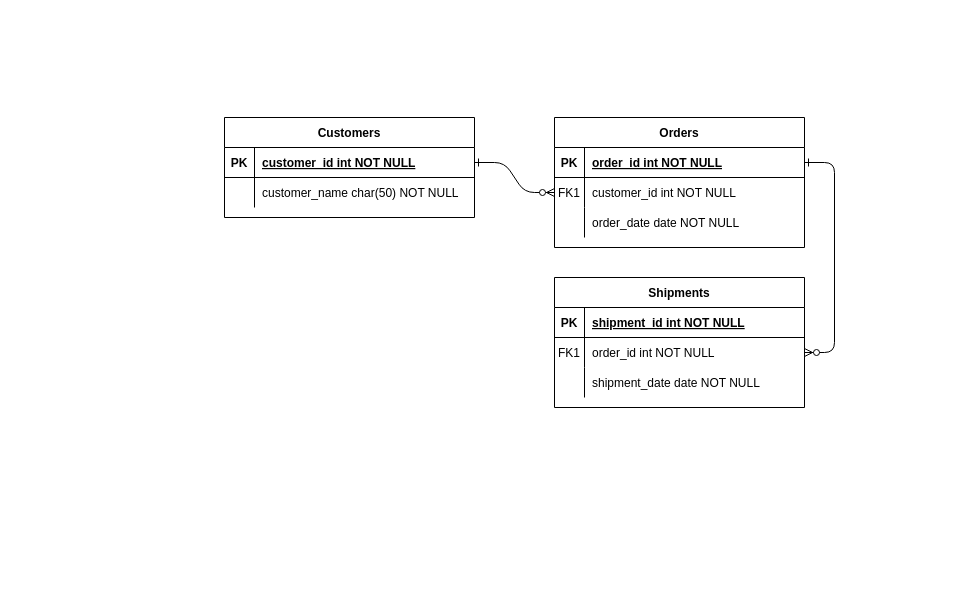
Earlier version of the draw.io diagram Event tracker.drawio (Icey-Python/DIAGRAMS). Source tidied: cells renumbered, new cells numbered last; positions are measured from the earlier drawing's top-left corner, leaving out a move shared by most shapes. Both pictures are drawn from the tidied source at 100%, with x=0, y=0 at pixel (224, 117).
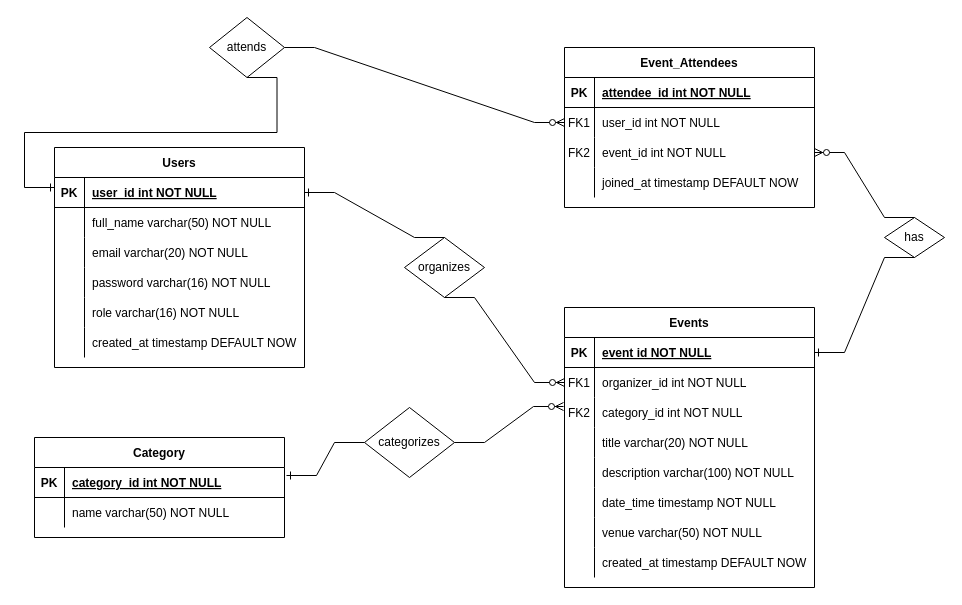
The same page after the edit.

Unchanged cells that the change refers to:
```xml
<mxCell id="5" style="shape=partialRectangle;fillColor=none;points=[[0,0.5],[1,0.5]];portConstraint=eastwest;top=0;left=0;right=0;bottom=1;" parent="4" vertex="1">
  <mxGeometry y="30" width="250" height="30" as="geometry" />
</mxCell>
<mxCell id="8" style="shape=partialRectangle;fillColor=none;points=[[0,0.5],[1,0.5]];portConstraint=eastwest;top=0;left=0;right=0;bottom=0;" parent="4" vertex="1">
  <mxGeometry y="60" width="250" height="30" as="geometry" />
</mxCell>
<mxCell id="11" style="shape=partialRectangle;fillColor=none;points=[[0,0.5],[1,0.5]];portConstraint=eastwest;top=0;left=0;right=0;bottom=0;" parent="4" vertex="1">
  <mxGeometry y="90" width="250" height="30" as="geometry" />
</mxCell>
<mxCell id="15" style="shape=partialRectangle;fillColor=none;points=[[0,0.5],[1,0.5]];portConstraint=eastwest;top=0;left=0;right=0;bottom=1;" parent="14" vertex="1">
  <mxGeometry y="30" width="250" height="30" as="geometry" />
</mxCell>
<mxCell id="18" style="shape=partialRectangle;fillColor=none;points=[[0,0.5],[1,0.5]];portConstraint=eastwest;top=0;left=0;right=0;bottom=0;" parent="14" vertex="1">
  <mxGeometry y="60" width="250" height="30" as="geometry" />
</mxCell>
<mxCell id="25" style="shape=partialRectangle;fillColor=none;points=[[0,0.5],[1,0.5]];portConstraint=eastwest;top=0;left=0;right=0;bottom=1;" parent="24" vertex="1">
  <mxGeometry y="30" width="250" height="30" as="geometry" />
</mxCell>
<mxCell id="28" style="shape=partialRectangle;fillColor=none;top=0;left=0;right=0;bottom=0;" parent="24" vertex="1">
  <mxGeometry y="60" width="250" height="30" as="geometry" />
</mxCell>
```

Change to the diagram source:
```diff
@@
-    <mxCell id="2" style="edgeStyle=entityRelationEdgeStyle;endArrow=ERzeroToMany;startArrow=ERone;endFill=1;startFill=0;" parent="1" edge="1" source="25" target="8">
-      <mxGeometry relative="1" as="geometry" />
-    </mxCell>
-    <mxCell id="3" style="edgeStyle=entityRelationEdgeStyle;endArrow=ERzeroToMany;startArrow=ERone;endFill=1;startFill=0;" parent="1" edge="1" source="5" target="18">
-      <mxGeometry relative="1" as="geometry" />
-    </mxCell>
-    <mxCell id="4" value="Orders" style="shape=table;startSize=30;childLayout=tableLayout;rowLines=0;fontStyle=1;align=center;" parent="1" vertex="1">
-      <mxGeometry x="330" width="250" height="130" as="geometry" />
+    <mxCell id="4" value="Events" style="shape=table;startSize=30;childLayout=tableLayout;rowLines=0;fontStyle=1;align=center;" parent="1" vertex="1">
+      <mxGeometry x="340" y="190" width="250" height="280" as="geometry" />
     </mxCell>
@@
-    <mxCell id="7" value="order_id int NOT NULL " style="shape=partialRectangle;overflow=hidden;fillColor=none;top=0;left=0;bottom=0;right=0;align=left;spacingLeft=6;fontStyle=5;" parent="5" vertex="1">
+    <mxCell id="7" value="event id NOT NULL" style="shape=partialRectangle;overflow=hidden;fillColor=none;top=0;left=0;bottom=0;right=0;align=left;spacingLeft=6;fontStyle=5;" parent="5" vertex="1">
       <mxGeometry x="30" width="220" height="30" as="geometry" />
     </mxCell>
@@
-    <mxCell id="10" value="customer_id int NOT NULL" style="shape=partialRectangle;overflow=hidden;fillColor=none;top=0;left=0;bottom=0;right=0;align=left;spacingLeft=6;" parent="8" vertex="1">
+    <mxCell id="10" value="organizer_id int NOT NULL" style="shape=partialRectangle;overflow=hidden;fillColor=none;top=0;left=0;bottom=0;right=0;align=left;spacingLeft=6;" parent="8" vertex="1">
       <mxGeometry x="30" width="220" height="30" as="geometry" />
     </mxCell>
@@
-    <mxCell id="12" style="shape=partialRectangle;overflow=hidden;fillColor=none;top=0;left=0;bottom=0;right=0;" parent="11" vertex="1">
+    <mxCell id="12" value="FK2" style="shape=partialRectangle;overflow=hidden;fillColor=none;top=0;left=0;bottom=0;right=0;" parent="11" vertex="1">
       <mxGeometry width="30" height="30" as="geometry" />
     </mxCell>
-    <mxCell id="13" value="order_date date NOT NULL" style="shape=partialRectangle;overflow=hidden;fillColor=none;top=0;left=0;bottom=0;right=0;align=left;spacingLeft=6;" parent="11" vertex="1">
+    <mxCell id="13" value="category_id int NOT NULL" style="shape=partialRectangle;overflow=hidden;fillColor=none;top=0;left=0;bottom=0;right=0;align=left;spacingLeft=6;" parent="11" vertex="1">
       <mxGeometry x="30" width="220" height="30" as="geometry" />
     </mxCell>
+    <mxCell id="31" style="shape=partialRectangle;fillColor=none;top=0;left=0;right=0;bottom=0;" parent="4" vertex="1">
+      <mxGeometry y="120" width="250" height="30" as="geometry" />
+    </mxCell>
+    <mxCell id="32" style="shape=partialRectangle;overflow=hidden;fillColor=none;top=0;left=0;bottom=0;right=0;" parent="31" vertex="1">
+      <mxGeometry width="30" height="30" as="geometry" />
+    </mxCell>
+    <mxCell id="33" value="title varchar(20) NOT NULL" style="shape=partialRectangle;overflow=hidden;fillColor=none;top=0;left=0;bottom=0;right=0;align=left;spacingLeft=6;" parent="31" vertex="1">
+      <mxGeometry x="30" width="220" height="30" as="geometry" />
+    </mxCell>
+    <mxCell id="34" style="shape=partialRectangle;fillColor=none;top=0;left=0;right=0;bottom=0;" parent="4" vertex="1">
+      <mxGeometry y="150" width="250" height="30" as="geometry" />
+    </mxCell>
+    <mxCell id="35" style="shape=partialRectangle;overflow=hidden;fillColor=none;top=0;left=0;bottom=0;right=0;" parent="34" vertex="1">
+      <mxGeometry width="30" height="30" as="geometry" />
+    </mxCell>
+    <mxCell id="36" value="description varchar(100) NOT NULL" style="shape=partialRectangle;overflow=hidden;fillColor=none;top=0;left=0;bottom=0;right=0;align=left;spacingLeft=6;" parent="34" vertex="1">
+      <mxGeometry x="30" width="220" height="30" as="geometry" />
+    </mxCell>
+    <mxCell id="37" style="shape=partialRectangle;fillColor=none;top=0;left=0;right=0;bottom=0;" parent="4" vertex="1">
+      <mxGeometry y="180" width="250" height="30" as="geometry" />
+    </mxCell>
+    <mxCell id="38" style="shape=partialRectangle;overflow=hidden;fillColor=none;top=0;left=0;bottom=0;right=0;" parent="37" vertex="1">
+      <mxGeometry width="30" height="30" as="geometry" />
+    </mxCell>
+    <mxCell id="39" value="date_time timestamp NOT NULL" style="shape=partialRectangle;overflow=hidden;fillColor=none;top=0;left=0;bottom=0;right=0;align=left;spacingLeft=6;" parent="37" vertex="1">
+      <mxGeometry x="30" width="220" height="30" as="geometry" />
+    </mxCell>
+    <mxCell id="40" style="shape=partialRectangle;fillColor=none;top=0;left=0;right=0;bottom=0;" parent="4" vertex="1">
+      <mxGeometry y="210" width="250" height="30" as="geometry" />
+    </mxCell>
+    <mxCell id="41" style="shape=partialRectangle;overflow=hidden;fillColor=none;top=0;left=0;bottom=0;right=0;" parent="40" vertex="1">
+      <mxGeometry width="30" height="30" as="geometry" />
+    </mxCell>
+    <mxCell id="42" value="venue varchar(50) NOT NULL" style="shape=partialRectangle;overflow=hidden;fillColor=none;top=0;left=0;bottom=0;right=0;align=left;spacingLeft=6;" parent="40" vertex="1">
+      <mxGeometry x="30" width="220" height="30" as="geometry" />
+    </mxCell>
+    <mxCell id="43" style="shape=partialRectangle;fillColor=none;top=0;left=0;right=0;bottom=0;" parent="4" vertex="1">
+      <mxGeometry y="240" width="250" height="30" as="geometry" />
+    </mxCell>
+    <mxCell id="44" style="shape=partialRectangle;overflow=hidden;fillColor=none;top=0;left=0;bottom=0;right=0;" parent="43" vertex="1">
+      <mxGeometry width="30" height="30" as="geometry" />
+    </mxCell>
+    <mxCell id="45" value="created_at timestamp DEFAULT NOW" style="shape=partialRectangle;overflow=hidden;fillColor=none;top=0;left=0;bottom=0;right=0;align=left;spacingLeft=6;" parent="43" vertex="1">
+      <mxGeometry x="30" width="220" height="30" as="geometry" />
+    </mxCell>
-    <mxCell id="14" value="Shipments" style="shape=table;startSize=30;childLayout=tableLayout;rowLines=0;fontStyle=1;align=center;" parent="1" vertex="1">
-      <mxGeometry x="330" y="160" width="250" height="130" as="geometry" />
+    <mxCell id="14" value="Category" style="shape=table;startSize=30;childLayout=tableLayout;rowLines=0;fontStyle=1;align=center;" parent="1" vertex="1">
+      <mxGeometry x="-190" y="320" width="250" height="100" as="geometry" />
     </mxCell>
@@
-    <mxCell id="17" value="shipment_id int NOT NULL " style="shape=partialRectangle;overflow=hidden;fillColor=none;top=0;left=0;bottom=0;right=0;align=left;spacingLeft=6;fontStyle=5;" parent="15" vertex="1">
+    <mxCell id="17" value="category_id int NOT NULL " style="shape=partialRectangle;overflow=hidden;fillColor=none;top=0;left=0;bottom=0;right=0;align=left;spacingLeft=6;fontStyle=5;" parent="15" vertex="1">
       <mxGeometry x="30" width="220" height="30" as="geometry" />
     </mxCell>
@@
-    <mxCell id="19" value="FK1" style="shape=partialRectangle;overflow=hidden;fillColor=none;top=0;left=0;bottom=0;right=0;" parent="18" vertex="1">
+    <mxCell id="19" style="shape=partialRectangle;overflow=hidden;fillColor=none;top=0;left=0;bottom=0;right=0;" parent="18" vertex="1">
       <mxGeometry width="30" height="30" as="geometry" />
     </mxCell>
-    <mxCell id="20" value="order_id int NOT NULL" style="shape=partialRectangle;overflow=hidden;fillColor=none;top=0;left=0;bottom=0;right=0;align=left;spacingLeft=6;" parent="18" vertex="1">
+    <mxCell id="20" value="name varchar(50) NOT NULL" style="shape=partialRectangle;overflow=hidden;fillColor=none;top=0;left=0;bottom=0;right=0;align=left;spacingLeft=6;" parent="18" vertex="1">
       <mxGeometry x="30" width="220" height="30" as="geometry" />
     </mxCell>
-    <mxCell id="21" style="shape=partialRectangle;fillColor=none;top=0;left=0;right=0;bottom=0;" parent="14" vertex="1">
-      <mxGeometry y="90" width="250" height="30" as="geometry" />
-    </mxCell>
-    <mxCell id="22" style="shape=partialRectangle;overflow=hidden;fillColor=none;top=0;left=0;bottom=0;right=0;" parent="21" vertex="1">
-      <mxGeometry width="30" height="30" as="geometry" />
-    </mxCell>
-    <mxCell id="23" value="shipment_date date NOT NULL" style="shape=partialRectangle;overflow=hidden;fillColor=none;top=0;left=0;bottom=0;right=0;align=left;spacingLeft=6;" parent="21" vertex="1">
-      <mxGeometry x="30" width="220" height="30" as="geometry" />
-    </mxCell>
-    <mxCell id="24" value="Customers" style="shape=table;startSize=30;childLayout=tableLayout;rowLines=0;fontStyle=1;align=center;" parent="1" vertex="1">
-      <mxGeometry width="250" height="100" as="geometry" />
+    <mxCell id="24" value="Users" style="shape=table;startSize=30;childLayout=tableLayout;rowLines=0;fontStyle=1;align=center;" parent="1" vertex="1">
+      <mxGeometry x="-170" y="30" width="250" height="220" as="geometry" />
     </mxCell>
@@
-    <mxCell id="27" value="customer_id int NOT NULL " style="shape=partialRectangle;overflow=hidden;fillColor=none;top=0;left=0;bottom=0;right=0;align=left;spacingLeft=6;fontStyle=5;" parent="25" vertex="1">
+    <mxCell id="27" value="user_id int NOT NULL " style="shape=partialRectangle;overflow=hidden;fillColor=none;top=0;left=0;bottom=0;right=0;align=left;spacingLeft=6;fontStyle=5;" parent="25" vertex="1">
       <mxGeometry x="30" width="220" height="30" as="geometry" />
     </mxCell>
@@
-    <mxCell id="30" value="customer_name char(50) NOT NULL" style="shape=partialRectangle;overflow=hidden;fillColor=none;top=0;left=0;bottom=0;right=0;align=left;spacingLeft=6;" parent="28" vertex="1">
+    <mxCell id="30" value="full_name varchar(50) NOT NULL" style="shape=partialRectangle;overflow=hidden;fillColor=none;top=0;left=0;bottom=0;right=0;align=left;spacingLeft=6;" parent="28" vertex="1">
       <mxGeometry x="30" width="220" height="30" as="geometry" />
     </mxCell>
+    <mxCell id="46" style="shape=partialRectangle;fillColor=none;top=0;left=0;right=0;bottom=0;" parent="24" vertex="1">
+      <mxGeometry y="90" width="250" height="30" as="geometry" />
+    </mxCell>
+    <mxCell id="47" style="shape=partialRectangle;overflow=hidden;fillColor=none;top=0;left=0;bottom=0;right=0;" parent="46" vertex="1">
+      <mxGeometry width="30" height="30" as="geometry" />
+    </mxCell>
+    <mxCell id="48" value="email varchar(20) NOT NULL" style="shape=partialRectangle;overflow=hidden;fillColor=none;top=0;left=0;bottom=0;right=0;align=left;spacingLeft=6;" parent="46" vertex="1">
+      <mxGeometry x="30" width="220" height="30" as="geometry" />
+    </mxCell>
+    <mxCell id="49" style="shape=partialRectangle;fillColor=none;top=0;left=0;right=0;bottom=0;" parent="24" vertex="1">
+      <mxGeometry y="120" width="250" height="30" as="geometry" />
+    </mxCell>
+    <mxCell id="50" style="shape=partialRectangle;overflow=hidden;fillColor=none;top=0;left=0;bottom=0;right=0;" parent="49" vertex="1">
+      <mxGeometry width="30" height="30" as="geometry" />
+    </mxCell>
+    <mxCell id="51" value="password varchar(16) NOT NULL" style="shape=partialRectangle;overflow=hidden;fillColor=none;top=0;left=0;bottom=0;right=0;align=left;spacingLeft=6;" parent="49" vertex="1">
+      <mxGeometry x="30" width="220" height="30" as="geometry" />
+    </mxCell>
+    <mxCell id="52" style="shape=partialRectangle;fillColor=none;top=0;left=0;right=0;bottom=0;" parent="24" vertex="1">
+      <mxGeometry y="150" width="250" height="30" as="geometry" />
+    </mxCell>
+    <mxCell id="53" style="shape=partialRectangle;overflow=hidden;fillColor=none;top=0;left=0;bottom=0;right=0;" parent="52" vertex="1">
+      <mxGeometry width="30" height="30" as="geometry" />
+    </mxCell>
+    <mxCell id="54" value="role varchar(16) NOT NULL" style="shape=partialRectangle;overflow=hidden;fillColor=none;top=0;left=0;bottom=0;right=0;align=left;spacingLeft=6;" parent="52" vertex="1">
+      <mxGeometry x="30" width="220" height="30" as="geometry" />
+    </mxCell>
+    <mxCell id="55" style="shape=partialRectangle;fillColor=none;top=0;left=0;right=0;bottom=0;" parent="24" vertex="1">
+      <mxGeometry y="180" width="250" height="30" as="geometry" />
+    </mxCell>
+    <mxCell id="56" style="shape=partialRectangle;overflow=hidden;fillColor=none;top=0;left=0;bottom=0;right=0;" parent="55" vertex="1">
+      <mxGeometry width="30" height="30" as="geometry" />
+    </mxCell>
+    <mxCell id="57" value="created_at timestamp DEFAULT NOW" style="shape=partialRectangle;overflow=hidden;fillColor=none;top=0;left=0;bottom=0;right=0;align=left;spacingLeft=6;" parent="55" vertex="1">
+      <mxGeometry x="30" width="220" height="30" as="geometry" />
+    </mxCell>
+    <mxCell id="58" value="Event_Attendees" style="shape=table;startSize=30;childLayout=tableLayout;rowLines=0;fontStyle=1;align=center;" parent="1" vertex="1">
+      <mxGeometry x="340" y="-70" width="250" height="160" as="geometry" />
+    </mxCell>
+    <mxCell id="59" style="shape=partialRectangle;fillColor=none;top=0;left=0;right=0;bottom=1;" parent="58" vertex="1">
+      <mxGeometry y="30" width="250" height="30" as="geometry" />
+    </mxCell>
+    <mxCell id="60" value="PK" style="shape=partialRectangle;overflow=hidden;fillColor=none;top=0;left=0;bottom=0;right=0;fontStyle=1;" parent="59" vertex="1">
+      <mxGeometry width="30" height="30" as="geometry" />
+    </mxCell>
+    <mxCell id="61" value="attendee_id int NOT NULL " style="shape=partialRectangle;overflow=hidden;fillColor=none;top=0;left=0;bottom=0;right=0;align=left;spacingLeft=6;fontStyle=5;" parent="59" vertex="1">
+      <mxGeometry x="30" width="220" height="30" as="geometry" />
+    </mxCell>
+    <mxCell id="62" style="shape=partialRectangle;fillColor=none;points=[[0,0.5],[1,0.5]];portConstraint=eastwest;top=0;left=0;right=0;bottom=0;" parent="58" vertex="1">
+      <mxGeometry y="60" width="250" height="30" as="geometry" />
+    </mxCell>
+    <mxCell id="63" value="FK1" style="shape=partialRectangle;overflow=hidden;fillColor=none;top=0;left=0;bottom=0;right=0;" parent="62" vertex="1">
+      <mxGeometry width="30" height="30" as="geometry" />
+    </mxCell>
+    <mxCell id="64" value="user_id int NOT NULL" style="shape=partialRectangle;overflow=hidden;fillColor=none;top=0;left=0;bottom=0;right=0;align=left;spacingLeft=6;" parent="62" vertex="1">
+      <mxGeometry x="30" width="220" height="30" as="geometry" />
+    </mxCell>
+    <mxCell id="65" style="shape=partialRectangle;fillColor=none;points=[[0,0.5],[1,0.5]];portConstraint=eastwest;top=0;left=0;right=0;bottom=0;" parent="58" vertex="1">
+      <mxGeometry y="90" width="250" height="30" as="geometry" />
+    </mxCell>
+    <mxCell id="66" value="FK2" style="shape=partialRectangle;overflow=hidden;fillColor=none;top=0;left=0;bottom=0;right=0;" parent="65" vertex="1">
+      <mxGeometry width="30" height="30" as="geometry" />
+    </mxCell>
+    <mxCell id="67" value="event_id int NOT NULL" style="shape=partialRectangle;overflow=hidden;fillColor=none;top=0;left=0;bottom=0;right=0;align=left;spacingLeft=6;" parent="65" vertex="1">
+      <mxGeometry x="30" width="220" height="30" as="geometry" />
+    </mxCell>
+    <mxCell id="68" style="shape=partialRectangle;fillColor=none;top=0;left=0;right=0;bottom=0;" parent="58" vertex="1">
+      <mxGeometry y="120" width="250" height="30" as="geometry" />
+    </mxCell>
+    <mxCell id="69" style="shape=partialRectangle;overflow=hidden;fillColor=none;top=0;left=0;bottom=0;right=0;" parent="68" vertex="1">
+      <mxGeometry width="30" height="30" as="geometry" />
+    </mxCell>
+    <mxCell id="70" value="joined_at timestamp DEFAULT NOW" style="shape=partialRectangle;overflow=hidden;fillColor=none;top=0;left=0;bottom=0;right=0;align=left;spacingLeft=6;" parent="68" vertex="1">
+      <mxGeometry x="30" width="220" height="30" as="geometry" />
+    </mxCell>
+    <mxCell id="71" value="attends" style="rhombus;whiteSpace=wrap;html=1;" parent="1" vertex="1">
+      <mxGeometry x="-15" y="-100" width="75" height="60" as="geometry" />
+    </mxCell>
+    <mxCell id="72" value="organizes" style="rhombus;whiteSpace=wrap;html=1;" parent="1" vertex="1">
+      <mxGeometry x="180" y="120" width="80" height="60" as="geometry" />
+    </mxCell>
+    <mxCell id="73" value="categorizes" style="rhombus;whiteSpace=wrap;html=1;" parent="1" vertex="1">
+      <mxGeometry x="140" y="290" width="90" height="70" as="geometry" />
+    </mxCell>
+    <mxCell id="74" value="has" style="rhombus;whiteSpace=wrap;html=1;" parent="1" vertex="1">
+      <mxGeometry x="660" y="100" width="60" height="40" as="geometry" />
+    </mxCell>
+    <mxCell id="75" style="edgeStyle=entityRelationEdgeStyle;fontSize=12;html=1;endArrow=ERzeroToMany;endFill=1;rounded=0;exitX=1;exitY=0.5;exitDx=0;exitDy=0;entryX=0;entryY=0.5;entryDx=0;entryDy=0;" parent="1" edge="1" source="71" target="62">
+      <mxGeometry relative="1" as="geometry">
+        <Array as="points">
+          <mxPoint x="380" y="320" />
+          <mxPoint x="380" y="320" />
+        </Array>
+      </mxGeometry>
+    </mxCell>
+    <mxCell id="76" style="edgeStyle=entityRelationEdgeStyle;fontSize=12;html=1;endArrow=ERzeroToMany;endFill=1;rounded=0;exitX=0.5;exitY=0;exitDx=0;exitDy=0;" parent="1" edge="1" source="74" target="65">
+      <mxGeometry relative="1" as="geometry">
+        <Array as="points">
+          <mxPoint x="325" y="395" />
+          <mxPoint x="325" y="395" />
+        </Array>
+      </mxGeometry>
+    </mxCell>
+    <mxCell id="77" style="edgeStyle=entityRelationEdgeStyle;fontSize=12;html=1;endArrow=ERzeroToMany;endFill=1;rounded=0;exitX=1;exitY=0.5;exitDx=0;exitDy=0;entryX=-0.004;entryY=0.3;entryDx=0;entryDy=0;entryPerimeter=0;" parent="1" edge="1" source="73" target="11">
+      <mxGeometry relative="1" as="geometry">
+        <Array as="points">
+          <mxPoint x="290" y="560" />
+          <mxPoint x="100" y="410" />
+          <mxPoint x="150" y="460" />
+          <mxPoint x="290" y="560" />
+        </Array>
+      </mxGeometry>
+    </mxCell>
+    <mxCell id="78" style="edgeStyle=entityRelationEdgeStyle;fontSize=12;html=1;endArrow=ERone;endFill=1;rounded=0;entryX=1.008;entryY=0.267;entryDx=0;entryDy=0;exitX=0;exitY=0.5;exitDx=0;exitDy=0;entryPerimeter=0;" parent="1" edge="1" source="73" target="15">
+      <mxGeometry relative="1" as="geometry">
+        <Array as="points">
+          <mxPoint x="110" y="529.5" />
+          <mxPoint x="-40" y="420" />
+        </Array>
+      </mxGeometry>
+    </mxCell>
+    <mxCell id="79" style="edgeStyle=entityRelationEdgeStyle;fontSize=12;html=1;endArrow=ERzeroToMany;endFill=1;rounded=0;exitX=0.5;exitY=1;exitDx=0;exitDy=0;entryX=0;entryY=0.5;entryDx=0;entryDy=0;" parent="1" edge="1" source="72" target="8">
+      <mxGeometry relative="1" as="geometry">
+        <Array as="points">
+          <mxPoint x="291" y="531" />
+          <mxPoint x="101" y="381" />
+          <mxPoint x="151" y="431" />
+          <mxPoint x="291" y="531" />
+        </Array>
+      </mxGeometry>
+    </mxCell>
+    <mxCell id="80" style="edgeStyle=entityRelationEdgeStyle;fontSize=12;html=1;endArrow=ERone;endFill=1;rounded=0;exitX=0.5;exitY=0;exitDx=0;exitDy=0;entryX=1;entryY=0.5;entryDx=0;entryDy=0;" parent="1" edge="1" source="72" target="25">
+      <mxGeometry relative="1" as="geometry">
+        <Array as="points">
+          <mxPoint x="80" y="220" />
+          <mxPoint x="50" y="220" />
+        </Array>
+      </mxGeometry>
+    </mxCell>
+    <mxCell id="81" style="edgeStyle=entityRelationEdgeStyle;fontSize=12;html=1;endArrow=ERone;endFill=1;rounded=0;entryX=1;entryY=0.5;entryDx=0;entryDy=0;exitX=0.5;exitY=1;exitDx=0;exitDy=0;" parent="1" edge="1" source="74" target="5">
+      <mxGeometry relative="1" as="geometry">
+        <Array as="points">
+          <mxPoint x="658" y="434.5" />
+          <mxPoint x="508" y="325" />
+        </Array>
+      </mxGeometry>
+    </mxCell>
+    <mxCell id="82" style="edgeStyle=entityRelationEdgeStyle;fontSize=12;html=1;endArrow=ERone;endFill=1;rounded=0;exitX=0.5;exitY=1;exitDx=0;exitDy=0;" parent="1" edge="1" source="71">
+      <mxGeometry relative="1" as="geometry">
+        <mxPoint x="-170" y="70" as="targetPoint" />
+        <Array as="points">
+          <mxPoint x="-180" y="115" />
+          <mxPoint x="-210" y="115" />
+        </Array>
+      </mxGeometry>
+    </mxCell>
```
